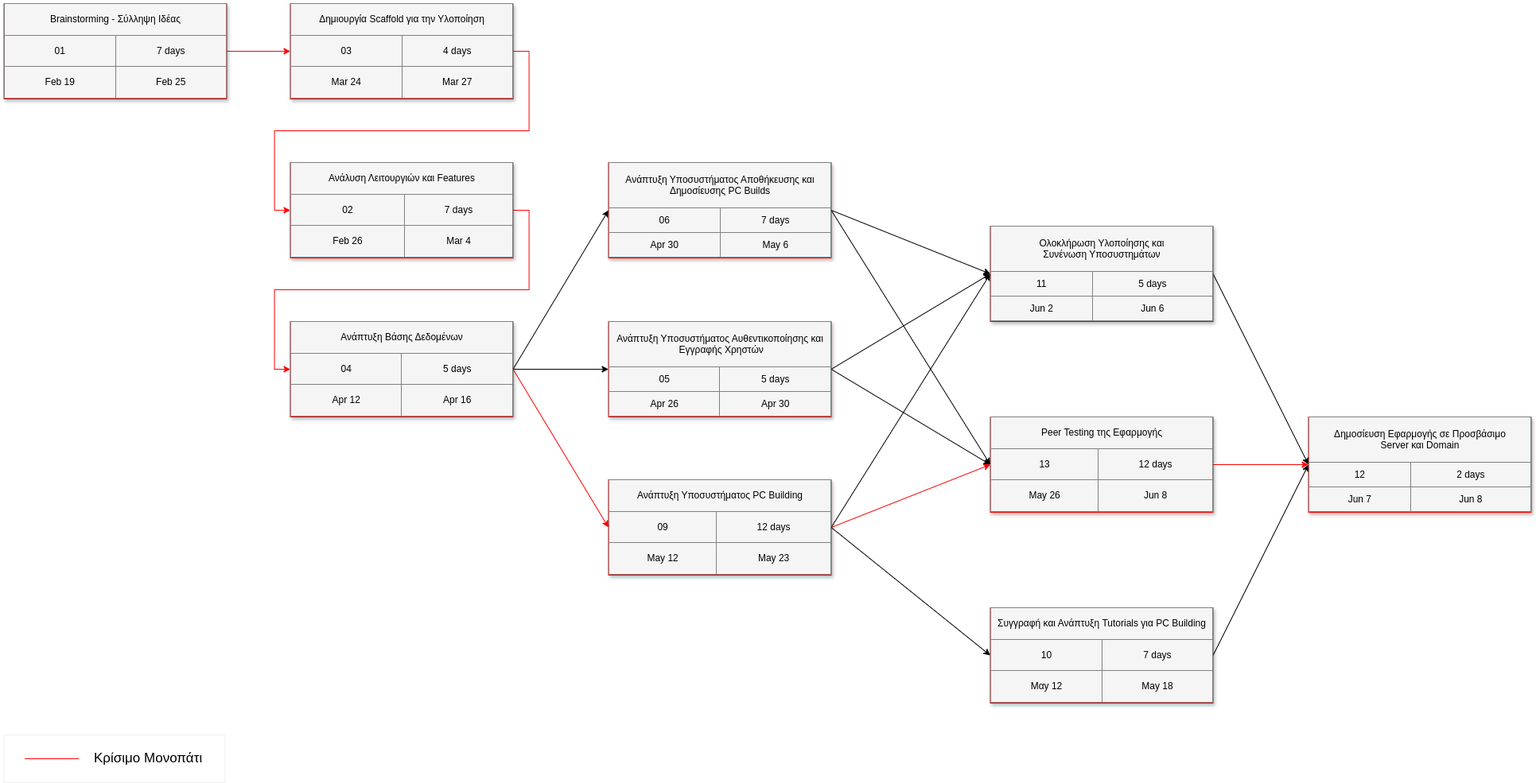
Above: Report Files/4ο Παραδοτέο/Project Plan v1.0/project_pert.png in mpapasterg/click-n-build (draw.io), before the change. Source tidied: cells renumbered, new cells last; positions are measured from the earlier drawing's top-left corner, leaving out a move shared by most shapes.
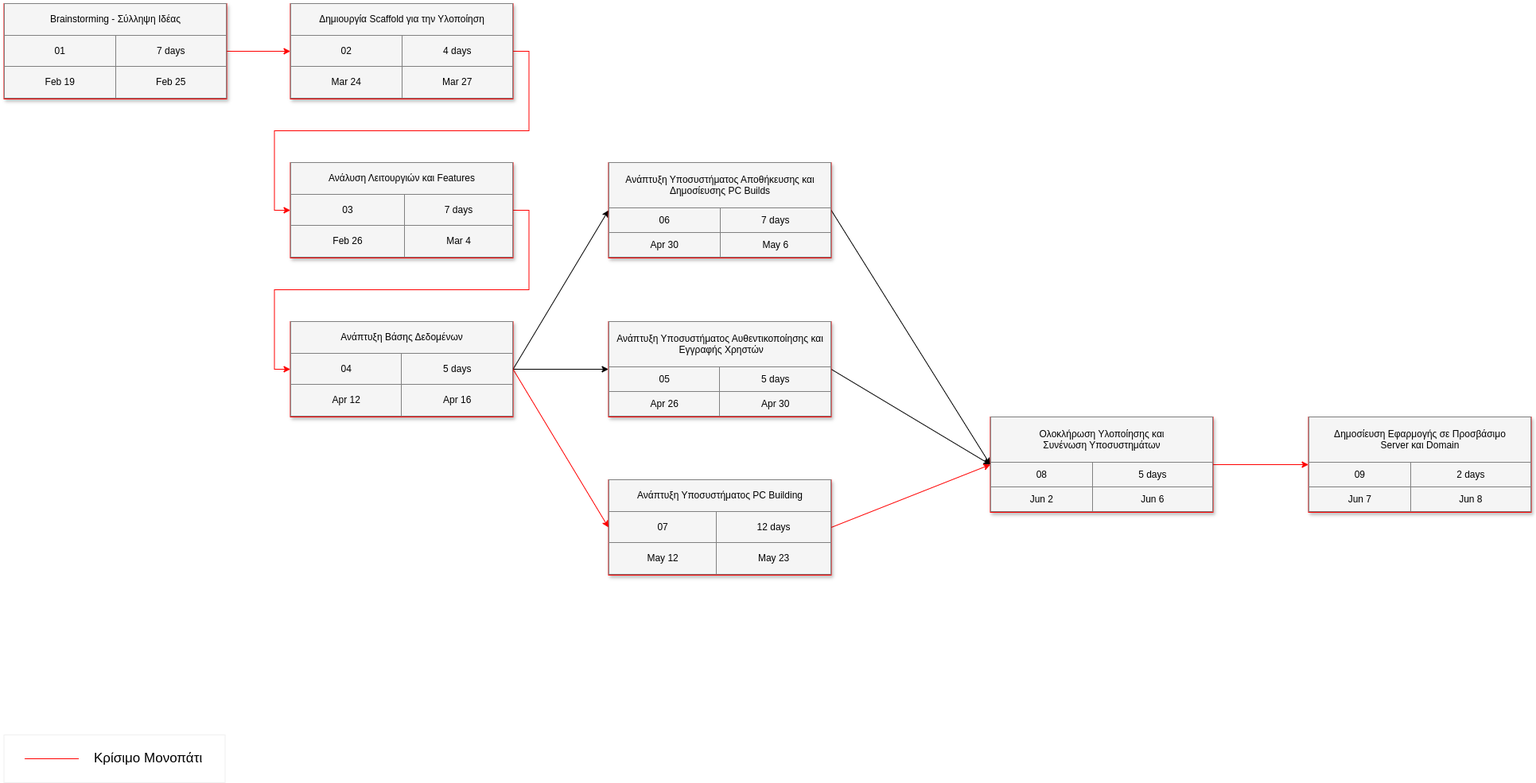
Later version of the same file.

Commit message:
project gantt & pert updated

Diff of the diagram source:
```diff
@@ -8,7 +8,7 @@
     <mxCell id="3" style="edgeStyle=orthogonalEdgeStyle;rounded=0;jettySize=auto;html=1;exitX=1;exitY=0.5;exitDx=0;exitDy=0;entryX=0;entryY=0.5;entryDx=0;entryDy=0;strokeColor=#FF0000;" parent="1" edge="1" source="4" target="8">
       <mxGeometry relative="1" as="geometry" />
     </mxCell>
-    <mxCell id="4" value="&lt;table style=&quot;width: 100% ; height: 100% ; border-collapse: collapse&quot; width=&quot;100%&quot; border=&quot;1&quot;&gt;&lt;tbody&gt;&lt;tr&gt;&lt;td align=&quot;center&quot; colspan=&quot;2&quot;&gt;Δημιουργία Scaffold για την Υλοποίηση&lt;/td&gt;&lt;/tr&gt;&lt;tr&gt;&lt;td align=&quot;center&quot;&gt;03&lt;/td&gt;&lt;td align=&quot;center&quot;&gt;&lt;font style=&quot;font-size: 12px;&quot;&gt;4 days&lt;/font&gt;&lt;/td&gt;&lt;/tr&gt;&lt;tr&gt;&lt;td align=&quot;center&quot;&gt;&lt;font style=&quot;font-size: 12px;&quot;&gt;Mar 24&lt;/font&gt;&lt;/td&gt;&lt;td align=&quot;center&quot;&gt;&lt;font style=&quot;font-size: 12px;&quot;&gt;Mar 27&lt;/font&gt;&lt;/td&gt;&lt;/tr&gt;&lt;/tbody&gt;&lt;/table&gt;" style="text;html=1;strokeColor=#FF0000;fillColor=#f5f5f5;overflow=fill;rounded=0;shadow=1;fontSize=12;align=center;fontColor=#000000;" parent="1" vertex="1">
+    <mxCell id="4" value="&lt;table style=&quot;width: 100% ; height: 100% ; border-collapse: collapse&quot; width=&quot;100%&quot; border=&quot;1&quot;&gt;&lt;tbody&gt;&lt;tr&gt;&lt;td align=&quot;center&quot; colspan=&quot;2&quot;&gt;Δημιουργία Scaffold για την Υλοποίηση&lt;/td&gt;&lt;/tr&gt;&lt;tr&gt;&lt;td align=&quot;center&quot;&gt;02&lt;/td&gt;&lt;td align=&quot;center&quot;&gt;&lt;font style=&quot;font-size: 12px;&quot;&gt;4 days&lt;/font&gt;&lt;/td&gt;&lt;/tr&gt;&lt;tr&gt;&lt;td align=&quot;center&quot;&gt;&lt;font style=&quot;font-size: 12px;&quot;&gt;Mar 24&lt;/font&gt;&lt;/td&gt;&lt;td align=&quot;center&quot;&gt;&lt;font style=&quot;font-size: 12px;&quot;&gt;Mar 27&lt;/font&gt;&lt;/td&gt;&lt;/tr&gt;&lt;/tbody&gt;&lt;/table&gt;" style="text;html=1;strokeColor=#FF0000;fillColor=#f5f5f5;overflow=fill;rounded=0;shadow=1;fontSize=12;align=center;fontColor=#000000;" parent="1" vertex="1">
       <mxGeometry x="360" width="280" height="120" as="geometry" />
     </mxCell>
     <mxCell id="5" style="line;strokeWidth=1;html=1;rounded=1;fontSize=17;align=center;verticalAlign=middle;strokeColor=#FF0000;endFill=1;endArrow=classic;endSize=10;startSize=10;" parent="1" vertex="1">
@@ -20,7 +20,7 @@
     <mxCell id="7" style="rounded=0;jettySize=auto;html=1;exitX=1;exitY=0.5;exitDx=0;exitDy=0;entryX=0;entryY=0.5;entryDx=0;entryDy=0;strokeColor=#FF0000;edgeStyle=orthogonalEdgeStyle;" parent="1" edge="1" source="8" target="14">
       <mxGeometry relative="1" as="geometry" />
     </mxCell>
-    <mxCell id="8" value="&lt;table style=&quot;width: 100% ; height: 100% ; border-collapse: collapse&quot; width=&quot;100%&quot; border=&quot;1&quot;&gt;&lt;tbody&gt;&lt;tr&gt;&lt;td align=&quot;center&quot; colspan=&quot;2&quot;&gt;Ανάλυση Λειτουργιών και Features&lt;/td&gt;&lt;/tr&gt;&lt;tr&gt;&lt;td align=&quot;center&quot;&gt;02&lt;/td&gt;&lt;td align=&quot;center&quot;&gt;&lt;font style=&quot;font-size: 12px;&quot;&gt;7 days&lt;/font&gt;&lt;/td&gt;&lt;/tr&gt;&lt;tr&gt;&lt;td align=&quot;center&quot;&gt;Feb 26&lt;/td&gt;&lt;td align=&quot;center&quot;&gt;&lt;font style=&quot;font-size: 12px;&quot;&gt;Mar 4&lt;/font&gt;&lt;/td&gt;&lt;/tr&gt;&lt;/tbody&gt;&lt;/table&gt;" style="text;html=1;strokeColor=#FF0000;fillColor=#f5f5f5;overflow=fill;rounded=0;shadow=1;fontSize=12;align=center;fontColor=#000000;" parent="1" vertex="1">
+    <mxCell id="8" value="&lt;table style=&quot;width: 100% ; height: 100% ; border-collapse: collapse&quot; width=&quot;100%&quot; border=&quot;1&quot;&gt;&lt;tbody&gt;&lt;tr&gt;&lt;td align=&quot;center&quot; colspan=&quot;2&quot;&gt;Ανάλυση Λειτουργιών και Features&lt;/td&gt;&lt;/tr&gt;&lt;tr&gt;&lt;td align=&quot;center&quot;&gt;03&lt;/td&gt;&lt;td align=&quot;center&quot;&gt;&lt;font style=&quot;font-size: 12px;&quot;&gt;7 days&lt;/font&gt;&lt;/td&gt;&lt;/tr&gt;&lt;tr&gt;&lt;td align=&quot;center&quot;&gt;Feb 26&lt;/td&gt;&lt;td align=&quot;center&quot;&gt;&lt;font style=&quot;font-size: 12px;&quot;&gt;Mar 4&lt;/font&gt;&lt;/td&gt;&lt;/tr&gt;&lt;/tbody&gt;&lt;/table&gt;" style="text;html=1;strokeColor=#FF0000;fillColor=#f5f5f5;overflow=fill;rounded=0;shadow=1;fontSize=12;align=center;fontColor=#000000;" parent="1" vertex="1">
       <mxGeometry x="360" y="200" width="280" height="120" as="geometry" />
     </mxCell>
     <mxCell id="9" style="edgeStyle=orthogonalEdgeStyle;rounded=0;jettySize=auto;html=1;exitX=1;exitY=0.5;exitDx=0;exitDy=0;entryX=0;entryY=0.5;entryDx=0;entryDy=0;strokeColor=#FF0000;" parent="1" edge="1" source="10" target="4">
@@ -44,53 +44,29 @@
     <mxCell id="15" style="rounded=0;jettySize=auto;html=1;exitX=1;exitY=0.5;exitDx=0;exitDy=0;entryX=0;entryY=0.5;entryDx=0;entryDy=0;strokeColor=#000000;" parent="1" edge="1" source="17" target="28">
       <mxGeometry relative="1" as="geometry" />
     </mxCell>
-    <mxCell id="16" style="rounded=0;jettySize=auto;html=1;exitX=1;exitY=0.5;exitDx=0;exitDy=0;entryX=0;entryY=0.5;entryDx=0;entryDy=0;strokeColor=#000000;" parent="1" edge="1" source="17" target="31">
-      <mxGeometry relative="1" as="geometry" />
-    </mxCell>
     <mxCell id="17" value="&lt;table style=&quot;width: 100% ; height: 100% ; border-collapse: collapse&quot; width=&quot;100%&quot; border=&quot;1&quot;&gt;&lt;tbody&gt;&lt;tr&gt;&lt;td align=&quot;center&quot; colspan=&quot;2&quot;&gt;Ανάπτυξη Υποσυστήματος Αυθεντικοποίησης και&lt;br&gt;&amp;nbsp;Εγγραφής Χρηστών&lt;/td&gt;&lt;/tr&gt;&lt;tr&gt;&lt;td align=&quot;center&quot;&gt;05&lt;/td&gt;&lt;td align=&quot;center&quot;&gt;&lt;font style=&quot;font-size: 12px;&quot;&gt;5 days&lt;/font&gt;&lt;/td&gt;&lt;/tr&gt;&lt;tr&gt;&lt;td align=&quot;center&quot;&gt;Apr 26&lt;/td&gt;&lt;td align=&quot;center&quot;&gt;&lt;font style=&quot;font-size: 12px;&quot;&gt;Apr 30&lt;/font&gt;&lt;/td&gt;&lt;/tr&gt;&lt;/tbody&gt;&lt;/table&gt;" style="text;html=1;strokeColor=#FF0000;fillColor=#f5f5f5;overflow=fill;rounded=0;shadow=1;fontSize=12;align=center;fontColor=#000000;" parent="1" vertex="1">
       <mxGeometry x="760" y="400" width="280" height="120" as="geometry" />
     </mxCell>
     <mxCell id="18" style="rounded=0;jettySize=auto;html=1;exitX=1;exitY=0.5;exitDx=0;exitDy=0;entryX=0;entryY=0.5;entryDx=0;entryDy=0;strokeColor=#000000;" parent="1" edge="1" source="20" target="28">
       <mxGeometry relative="1" as="geometry" />
     </mxCell>
-    <mxCell id="19" style="rounded=0;jettySize=auto;html=1;exitX=1;exitY=0.5;exitDx=0;exitDy=0;entryX=0;entryY=0.5;entryDx=0;entryDy=0;strokeColor=#000000;" parent="1" edge="1" source="20" target="31">
-      <mxGeometry relative="1" as="geometry" />
-    </mxCell>
     <mxCell id="20" value="&lt;table style=&quot;width: 100% ; height: 100% ; border-collapse: collapse&quot; width=&quot;100%&quot; border=&quot;1&quot;&gt;&lt;tbody&gt;&lt;tr&gt;&lt;td align=&quot;center&quot; colspan=&quot;2&quot;&gt;Ανάπτυξη Υποσυστήματος Αποθήκευσης και&lt;br&gt;Δημοσίευσης PC Builds&lt;/td&gt;&lt;/tr&gt;&lt;tr&gt;&lt;td align=&quot;center&quot;&gt;06&lt;/td&gt;&lt;td align=&quot;center&quot;&gt;&lt;font style=&quot;font-size: 12px;&quot;&gt;7 days&lt;/font&gt;&lt;/td&gt;&lt;/tr&gt;&lt;tr&gt;&lt;td align=&quot;center&quot;&gt;&lt;font style=&quot;font-size: 12px;&quot;&gt;Apr 30&lt;/font&gt;&lt;/td&gt;&lt;td align=&quot;center&quot;&gt;&lt;font style=&quot;font-size: 12px;&quot;&gt;May 6&lt;/font&gt;&lt;/td&gt;&lt;/tr&gt;&lt;/tbody&gt;&lt;/table&gt;" style="text;html=1;strokeColor=#FF0000;fillColor=#f5f5f5;overflow=fill;rounded=0;shadow=1;fontSize=12;align=center;fontColor=#000000;" parent="1" vertex="1">
       <mxGeometry x="760" y="200" width="280" height="120" as="geometry" />
     </mxCell>
-    <mxCell id="21" style="rounded=0;jettySize=auto;html=1;exitX=1;exitY=0.5;exitDx=0;exitDy=0;entryX=0;entryY=0.5;entryDx=0;entryDy=0;strokeColor=#000000;" parent="1" edge="1" source="24" target="28">
+    <mxCell id="21" style="rounded=0;jettySize=auto;html=1;exitX=1;exitY=0.5;exitDx=0;exitDy=0;entryX=0;entryY=0.5;entryDx=0;entryDy=0;strokeColor=#FF0000;" parent="1" edge="1" source="24" target="28">
       <mxGeometry relative="1" as="geometry" />
     </mxCell>
-    <mxCell id="22" style="rounded=0;jettySize=auto;html=1;exitX=1;exitY=0.5;exitDx=0;exitDy=0;entryX=0;entryY=0.5;entryDx=0;entryDy=0;strokeColor=#FF0000;" parent="1" edge="1" source="24" target="31">
-      <mxGeometry relative="1" as="geometry" />
-    </mxCell>
-    <mxCell id="23" style="rounded=0;jettySize=auto;html=1;exitX=1;exitY=0.5;exitDx=0;exitDy=0;entryX=0;entryY=0.5;entryDx=0;entryDy=0;strokeColor=#000000;" parent="1" edge="1" source="24" target="26">
-      <mxGeometry relative="1" as="geometry" />
-    </mxCell>
-    <mxCell id="24" value="&lt;table style=&quot;width: 100% ; height: 100% ; border-collapse: collapse&quot; width=&quot;100%&quot; border=&quot;1&quot;&gt;&lt;tbody&gt;&lt;tr&gt;&lt;td align=&quot;center&quot; colspan=&quot;2&quot;&gt;Ανάπτυξη Υποσυστήματος PC Building&lt;/td&gt;&lt;/tr&gt;&lt;tr&gt;&lt;td align=&quot;center&quot;&gt;09&lt;/td&gt;&lt;td align=&quot;center&quot;&gt;&lt;font style=&quot;font-size: 12px;&quot;&gt;12 days&lt;/font&gt;&lt;/td&gt;&lt;/tr&gt;&lt;tr&gt;&lt;td align=&quot;center&quot;&gt;&lt;font style=&quot;font-size: 12px;&quot;&gt;May 12&lt;/font&gt;&lt;/td&gt;&lt;td align=&quot;center&quot;&gt;&lt;font style=&quot;font-size: 12px;&quot;&gt;May 23&lt;/font&gt;&lt;/td&gt;&lt;/tr&gt;&lt;/tbody&gt;&lt;/table&gt;" style="text;html=1;strokeColor=#FF0000;fillColor=#f5f5f5;overflow=fill;rounded=0;shadow=1;fontSize=12;align=center;fontColor=#000000;" parent="1" vertex="1">
+    <mxCell id="24" value="&lt;table style=&quot;width: 100% ; height: 100% ; border-collapse: collapse&quot; width=&quot;100%&quot; border=&quot;1&quot;&gt;&lt;tbody&gt;&lt;tr&gt;&lt;td align=&quot;center&quot; colspan=&quot;2&quot;&gt;Ανάπτυξη Υποσυστήματος PC Building&lt;/td&gt;&lt;/tr&gt;&lt;tr&gt;&lt;td align=&quot;center&quot;&gt;07&lt;/td&gt;&lt;td align=&quot;center&quot;&gt;&lt;font style=&quot;font-size: 12px;&quot;&gt;12 days&lt;/font&gt;&lt;/td&gt;&lt;/tr&gt;&lt;tr&gt;&lt;td align=&quot;center&quot;&gt;&lt;font style=&quot;font-size: 12px;&quot;&gt;May 12&lt;/font&gt;&lt;/td&gt;&lt;td align=&quot;center&quot;&gt;&lt;font style=&quot;font-size: 12px;&quot;&gt;May 23&lt;/font&gt;&lt;/td&gt;&lt;/tr&gt;&lt;/tbody&gt;&lt;/table&gt;" style="text;html=1;strokeColor=#FF0000;fillColor=#f5f5f5;overflow=fill;rounded=0;shadow=1;fontSize=12;align=center;fontColor=#000000;" parent="1" vertex="1">
       <mxGeometry x="760" y="599" width="280" height="120" as="geometry" />
     </mxCell>
-    <mxCell id="25" style="rounded=0;jettySize=auto;html=1;exitX=1;exitY=0.5;exitDx=0;exitDy=0;entryX=0;entryY=0.5;entryDx=0;entryDy=0;strokeColor=#000000;" parent="1" edge="1" source="26" target="29">
-      <mxGeometry relative="1" as="geometry" />
-    </mxCell>
-    <mxCell id="26" value="&lt;table style=&quot;width: 100% ; height: 100% ; border-collapse: collapse&quot; width=&quot;100%&quot; border=&quot;1&quot;&gt;&lt;tbody&gt;&lt;tr&gt;&lt;td align=&quot;center&quot; colspan=&quot;2&quot;&gt;Συγγραφή και Ανάπτυξη Tutorials για PC Building&lt;/td&gt;&lt;/tr&gt;&lt;tr&gt;&lt;td align=&quot;center&quot;&gt;10&lt;/td&gt;&lt;td align=&quot;center&quot;&gt;&lt;font style=&quot;font-size: 12px;&quot;&gt;7 days&lt;/font&gt;&lt;/td&gt;&lt;/tr&gt;&lt;tr&gt;&lt;td align=&quot;center&quot;&gt;Μαy 12&lt;/td&gt;&lt;td align=&quot;center&quot;&gt;&lt;font style=&quot;font-size: 12px;&quot;&gt;May 18&lt;/font&gt;&lt;/td&gt;&lt;/tr&gt;&lt;/tbody&gt;&lt;/table&gt;" style="text;html=1;strokeColor=#FF0000;fillColor=#f5f5f5;overflow=fill;rounded=0;shadow=1;fontSize=12;align=center;fontColor=#000000;" parent="1" vertex="1">
-      <mxGeometry x="1240" y="760" width="280" height="120" as="geometry" />
-    </mxCell>
-    <mxCell id="27" style="rounded=0;jettySize=auto;html=1;exitX=1;exitY=0.5;exitDx=0;exitDy=0;entryX=0;entryY=0.5;entryDx=0;entryDy=0;strokeColor=#000000;" parent="1" edge="1" source="28" target="29">
+    <mxCell id="27" style="rounded=0;jettySize=auto;html=1;exitX=1;exitY=0.5;exitDx=0;exitDy=0;entryX=0;entryY=0.5;entryDx=0;entryDy=0;strokeColor=#FF0000;" parent="1" edge="1" source="28" target="29">
       <mxGeometry relative="1" as="geometry" />
     </mxCell>
-    <mxCell id="28" value="&lt;table style=&quot;width: 100% ; height: 100% ; border-collapse: collapse&quot; width=&quot;100%&quot; border=&quot;1&quot;&gt;&lt;tbody&gt;&lt;tr&gt;&lt;td align=&quot;center&quot; colspan=&quot;2&quot;&gt;Ολοκλήρωση Υλοποίησης και &lt;br&gt;Συνένωση Υποσυστημάτων&lt;/td&gt;&lt;/tr&gt;&lt;tr&gt;&lt;td align=&quot;center&quot;&gt;11&lt;/td&gt;&lt;td align=&quot;center&quot;&gt;&lt;font style=&quot;font-size: 12px;&quot;&gt;5 days&lt;/font&gt;&lt;/td&gt;&lt;/tr&gt;&lt;tr&gt;&lt;td align=&quot;center&quot;&gt;Jun 2&lt;/td&gt;&lt;td align=&quot;center&quot;&gt;Jun 6&lt;/td&gt;&lt;/tr&gt;&lt;/tbody&gt;&lt;/table&gt;" style="text;html=1;strokeColor=#FF0000;fillColor=#f5f5f5;overflow=fill;rounded=0;shadow=1;fontSize=12;align=center;fontColor=#000000;" parent="1" vertex="1">
-      <mxGeometry x="1240" y="280" width="280" height="120" as="geometry" />
+    <mxCell id="28" value="&lt;table style=&quot;width: 100% ; height: 100% ; border-collapse: collapse&quot; width=&quot;100%&quot; border=&quot;1&quot;&gt;&lt;tbody&gt;&lt;tr&gt;&lt;td align=&quot;center&quot; colspan=&quot;2&quot;&gt;Ολοκλήρωση Υλοποίησης και &lt;br&gt;Συνένωση Υποσυστημάτων&lt;/td&gt;&lt;/tr&gt;&lt;tr&gt;&lt;td align=&quot;center&quot;&gt;08&lt;/td&gt;&lt;td align=&quot;center&quot;&gt;&lt;font style=&quot;font-size: 12px;&quot;&gt;5 days&lt;/font&gt;&lt;/td&gt;&lt;/tr&gt;&lt;tr&gt;&lt;td align=&quot;center&quot;&gt;Jun 2&lt;/td&gt;&lt;td align=&quot;center&quot;&gt;Jun 6&lt;/td&gt;&lt;/tr&gt;&lt;/tbody&gt;&lt;/table&gt;" style="text;html=1;strokeColor=#FF0000;fillColor=#f5f5f5;overflow=fill;rounded=0;shadow=1;fontSize=12;align=center;fontColor=#000000;" parent="1" vertex="1">
+      <mxGeometry x="1240" y="520" width="280" height="120" as="geometry" />
     </mxCell>
-    <mxCell id="29" value="&lt;table style=&quot;width: 100% ; height: 100% ; border-collapse: collapse&quot; width=&quot;100%&quot; border=&quot;1&quot;&gt;&lt;tbody&gt;&lt;tr&gt;&lt;td align=&quot;center&quot; colspan=&quot;2&quot;&gt;Δημοσίευση Εφαρμογής σε Προσβάσιμο&lt;br&gt;Server και Domain&lt;/td&gt;&lt;/tr&gt;&lt;tr&gt;&lt;td align=&quot;center&quot;&gt;12&lt;/td&gt;&lt;td align=&quot;center&quot;&gt;&lt;font style=&quot;font-size: 12px;&quot;&gt;2 days&lt;/font&gt;&lt;/td&gt;&lt;/tr&gt;&lt;tr&gt;&lt;td align=&quot;center&quot;&gt;Jun 7&lt;/td&gt;&lt;td align=&quot;center&quot;&gt;Jun 8&lt;/td&gt;&lt;/tr&gt;&lt;/tbody&gt;&lt;/table&gt;" style="text;html=1;strokeColor=#FF0000;fillColor=#f5f5f5;overflow=fill;rounded=0;shadow=1;fontSize=12;align=center;fontColor=#000000;" parent="1" vertex="1">
+    <mxCell id="29" value="&lt;table style=&quot;width: 100% ; height: 100% ; border-collapse: collapse&quot; width=&quot;100%&quot; border=&quot;1&quot;&gt;&lt;tbody&gt;&lt;tr&gt;&lt;td align=&quot;center&quot; colspan=&quot;2&quot;&gt;Δημοσίευση Εφαρμογής σε Προσβάσιμο&lt;br&gt;Server και Domain&lt;/td&gt;&lt;/tr&gt;&lt;tr&gt;&lt;td align=&quot;center&quot;&gt;09&lt;/td&gt;&lt;td align=&quot;center&quot;&gt;&lt;font style=&quot;font-size: 12px;&quot;&gt;2 days&lt;/font&gt;&lt;/td&gt;&lt;/tr&gt;&lt;tr&gt;&lt;td align=&quot;center&quot;&gt;Jun 7&lt;/td&gt;&lt;td align=&quot;center&quot;&gt;Jun 8&lt;/td&gt;&lt;/tr&gt;&lt;/tbody&gt;&lt;/table&gt;" style="text;html=1;strokeColor=#FF0000;fillColor=#f5f5f5;overflow=fill;rounded=0;shadow=1;fontSize=12;align=center;fontColor=#000000;" parent="1" vertex="1">
       <mxGeometry x="1640" y="520" width="280" height="120" as="geometry" />
     </mxCell>
-    <mxCell id="30" style="edgeStyle=orthogonalEdgeStyle;rounded=0;jettySize=auto;html=1;exitX=1;exitY=0.5;exitDx=0;exitDy=0;entryX=0;entryY=0.5;entryDx=0;entryDy=0;strokeColor=#FF0000;" parent="1" edge="1" source="31" target="29">
-      <mxGeometry relative="1" as="geometry" />
-    </mxCell>
-    <mxCell id="31" value="&lt;table style=&quot;width: 100% ; height: 100% ; border-collapse: collapse&quot; width=&quot;100%&quot; border=&quot;1&quot;&gt;&lt;tbody&gt;&lt;tr&gt;&lt;td align=&quot;center&quot; colspan=&quot;2&quot;&gt;Peer Testing της Εφαρμογής&lt;/td&gt;&lt;/tr&gt;&lt;tr&gt;&lt;td align=&quot;center&quot;&gt;13&lt;/td&gt;&lt;td align=&quot;center&quot;&gt;&lt;font style=&quot;font-size: 12px;&quot;&gt;12 days&lt;/font&gt;&lt;/td&gt;&lt;/tr&gt;&lt;tr&gt;&lt;td align=&quot;center&quot;&gt;May 26&lt;/td&gt;&lt;td align=&quot;center&quot;&gt;Jun 8&lt;/td&gt;&lt;/tr&gt;&lt;/tbody&gt;&lt;/table&gt;" style="text;html=1;strokeColor=#FF0000;fillColor=#f5f5f5;overflow=fill;rounded=0;shadow=1;fontSize=12;align=center;fontColor=#000000;" parent="1" vertex="1">
-      <mxGeometry x="1240" y="520" width="280" height="120" as="geometry" />
-    </mxCell>
   </root>
 </mxGraphModel>
```
